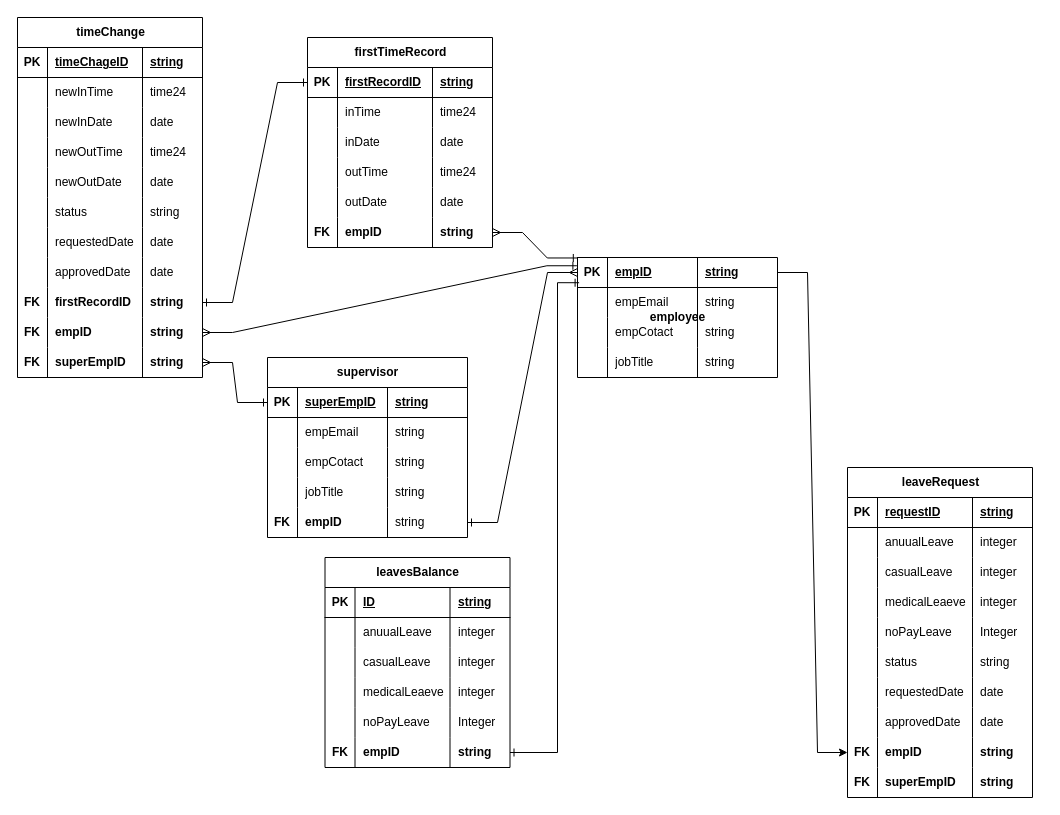
AnjeloM/AnjeloM keeps this draw.io diagram as Untitled Diagram.drawio. Above is the earlier version. Source tidied: cells renumbered, new cells numbered last; positions are measured from the earlier drawing's top-left corner, leaving out a move shared by most shapes. Both pictures are drawn from the tidied source at 100%, with x=0, y=0 at pixel (17, 17).
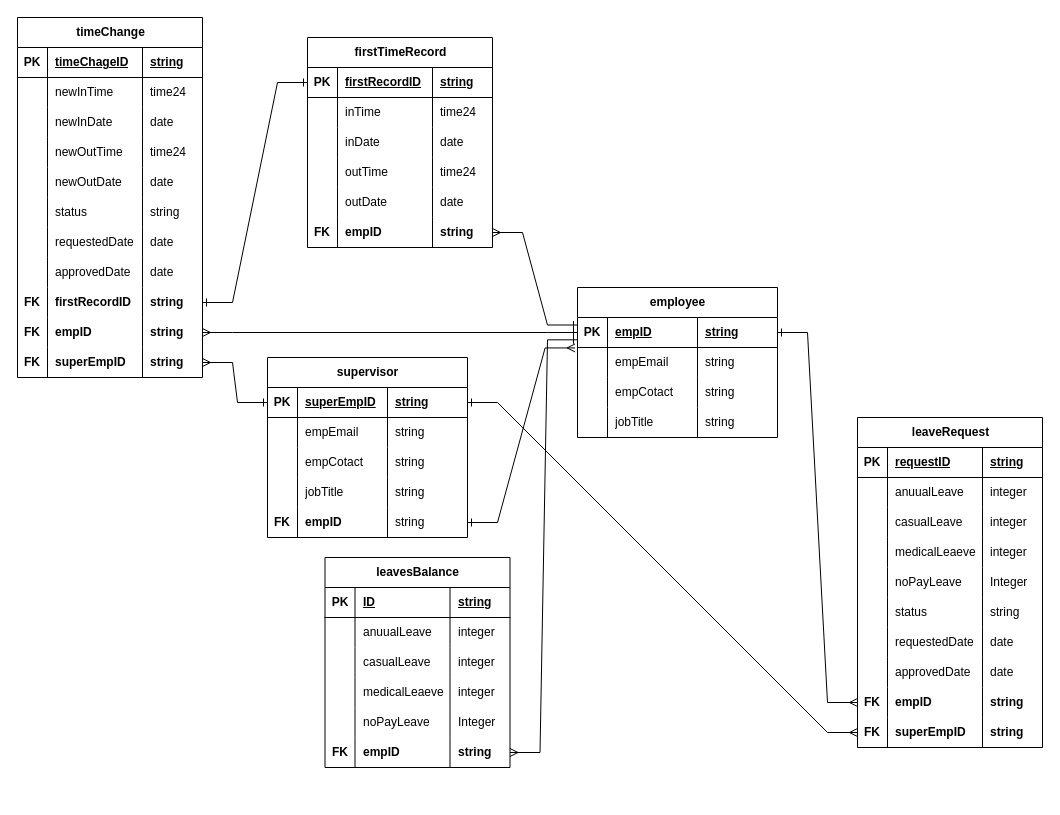
The same diagram, later.

Commit message:
DBS-HCM ER Diagram.drawio

The change refers to these unchanged cells:
```xml
<mxCell id="41" style="shape=tableRow;horizontal=0;startSize=0;swimlaneHead=0;swimlaneBody=0;fillColor=none;points=[[0,0.5],[1,0.5]];portConstraint=eastwest;top=0;left=0;right=0;bottom=0;" parent="20" vertex="1">
  <mxGeometry y="180" width="185" height="30" as="geometry" />
</mxCell>
<mxCell id="83" style="shape=tableRow;horizontal=0;startSize=0;swimlaneHead=0;swimlaneBody=0;fillColor=none;points=[[0,0.5],[1,0.5]];portConstraint=eastwest;top=0;left=0;right=0;bottom=0;" parent="46" vertex="1">
  <mxGeometry y="300" width="185" height="30" as="geometry" />
</mxCell>
<mxCell id="92" style="shape=tableRow;horizontal=0;startSize=0;swimlaneHead=0;swimlaneBody=0;fillColor=none;points=[[0,0.5],[1,0.5]];portConstraint=eastwest;top=0;left=0;right=0;bottom=1;" parent="91" vertex="1">
  <mxGeometry y="30" width="200" height="30" as="geometry" />
</mxCell>
<mxCell id="108" style="shape=tableRow;horizontal=0;startSize=0;swimlaneHead=0;swimlaneBody=0;fillColor=none;points=[[0,0.5],[1,0.5]];portConstraint=eastwest;top=0;left=0;right=0;bottom=0;" parent="91" vertex="1">
  <mxGeometry y="150" width="200" height="30" as="geometry" />
</mxCell>
<mxCell id="136" style="shape=tableRow;horizontal=0;startSize=0;swimlaneHead=0;swimlaneBody=0;fillColor=none;points=[[0,0.5],[1,0.5]];portConstraint=eastwest;top=0;left=0;right=0;bottom=0;" parent="115" vertex="1">
  <mxGeometry y="180" width="185" height="30" as="geometry" />
</mxCell>
<mxCell id="173" style="shape=tableRow;horizontal=0;startSize=0;swimlaneHead=0;swimlaneBody=0;fillColor=none;points=[[0,0.5],[1,0.5]];portConstraint=eastwest;top=0;left=0;right=0;bottom=0;" parent="140" vertex="1">
  <mxGeometry y="270" width="185" height="30" as="geometry" />
</mxCell>
<mxCell id="177" style="shape=tableRow;horizontal=0;startSize=0;swimlaneHead=0;swimlaneBody=0;fillColor=none;points=[[0,0.5],[1,0.5]];portConstraint=eastwest;top=0;left=0;right=0;bottom=0;" parent="140" vertex="1">
  <mxGeometry y="300" width="185" height="30" as="geometry" />
</mxCell>
```

What changed in the source:
```diff
@@
-    <mxCell id="2" value="employee" style="shape=table;startSize=0;childLayout=tableLayout;rowLines=0;fontStyle=1;align=center;html=1;" parent="1" vertex="1">
-      <mxGeometry x="560" y="240" width="200" height="120" as="geometry" />
-    </mxCell>
-    <mxCell id="3" style="shape=tableRow;horizontal=0;startSize=0;swimlaneHead=0;swimlaneBody=0;fillColor=none;points=[[0,0.5],[1,0.5]];portConstraint=eastwest;top=0;left=0;right=0;bottom=1;" parent="2" vertex="1">
-      <mxGeometry width="200" height="30" as="geometry" />
-    </mxCell>
-    <mxCell id="4" value="PK" style="shape=partialRectangle;fillColor=none;top=0;left=0;bottom=0;right=0;fontStyle=1;overflow=hidden;whiteSpace=wrap;html=1;" parent="3" vertex="1">
-      <mxGeometry width="30" height="30" as="geometry" />
-    </mxCell>
-    <mxCell id="5" value="empID" style="shape=partialRectangle;fillColor=none;top=0;left=0;bottom=0;right=0;align=left;spacingLeft=6;fontStyle=5;overflow=hidden;whiteSpace=wrap;html=1;" parent="3" vertex="1">
-      <mxGeometry x="30" width="90" height="30" as="geometry" />
-    </mxCell>
-    <mxCell id="6" value="string" style="shape=partialRectangle;fillColor=none;top=0;left=0;bottom=0;right=0;align=left;spacingLeft=6;fontStyle=5;overflow=hidden;whiteSpace=wrap;html=1;" parent="3" vertex="1">
-      <mxGeometry x="120" width="80" height="30" as="geometry" />
-    </mxCell>
-    <mxCell id="7" style="shape=tableRow;horizontal=0;startSize=0;swimlaneHead=0;swimlaneBody=0;fillColor=none;top=0;left=0;right=0;bottom=0;" parent="2" vertex="1">
-      <mxGeometry y="30" width="200" height="30" as="geometry" />
-    </mxCell>
-    <mxCell id="8" style="shape=partialRectangle;fillColor=none;top=0;left=0;bottom=0;right=0;overflow=hidden;whiteSpace=wrap;html=1;" parent="7" vertex="1">
-      <mxGeometry width="30" height="30" as="geometry" />
-    </mxCell>
-    <mxCell id="9" value="empEmail" style="shape=partialRectangle;fillColor=none;top=0;left=0;bottom=0;right=0;align=left;spacingLeft=6;overflow=hidden;whiteSpace=wrap;html=1;" parent="7" vertex="1">
-      <mxGeometry x="30" width="90" height="30" as="geometry" />
-    </mxCell>
-    <mxCell id="10" value="string" style="shape=partialRectangle;fillColor=none;top=0;left=0;bottom=0;right=0;align=left;spacingLeft=6;overflow=hidden;whiteSpace=wrap;html=1;" parent="7" vertex="1">
-      <mxGeometry x="120" width="80" height="30" as="geometry" />
-    </mxCell>
-    <mxCell id="11" style="shape=tableRow;horizontal=0;startSize=0;swimlaneHead=0;swimlaneBody=0;fillColor=none;top=0;left=0;right=0;bottom=0;" parent="2" vertex="1">
-      <mxGeometry y="60" width="200" height="30" as="geometry" />
-    </mxCell>
-    <mxCell id="12" style="shape=partialRectangle;fillColor=none;top=0;left=0;bottom=0;right=0;overflow=hidden;whiteSpace=wrap;html=1;" parent="11" vertex="1">
-      <mxGeometry width="30" height="30" as="geometry" />
-    </mxCell>
-    <mxCell id="13" value="empCotact" style="shape=partialRectangle;fillColor=none;top=0;left=0;bottom=0;right=0;align=left;spacingLeft=6;overflow=hidden;whiteSpace=wrap;html=1;" parent="11" vertex="1">
-      <mxGeometry x="30" width="90" height="30" as="geometry" />
-    </mxCell>
-    <mxCell id="14" value="string" style="shape=partialRectangle;fillColor=none;top=0;left=0;bottom=0;right=0;align=left;spacingLeft=6;overflow=hidden;whiteSpace=wrap;html=1;" parent="11" vertex="1">
-      <mxGeometry x="120" width="80" height="30" as="geometry" />
-    </mxCell>
-    <mxCell id="15" style="shape=tableRow;horizontal=0;startSize=0;swimlaneHead=0;swimlaneBody=0;fillColor=none;top=0;left=0;right=0;bottom=0;" parent="2" vertex="1">
-      <mxGeometry y="90" width="200" height="30" as="geometry" />
-    </mxCell>
-    <mxCell id="16" style="shape=partialRectangle;fillColor=none;top=0;left=0;bottom=0;right=0;overflow=hidden;whiteSpace=wrap;html=1;" parent="15" vertex="1">
-      <mxGeometry width="30" height="30" as="geometry" />
-    </mxCell>
-    <mxCell id="17" value="jobTitle" style="shape=partialRectangle;fillColor=none;top=0;left=0;bottom=0;right=0;align=left;spacingLeft=6;overflow=hidden;whiteSpace=wrap;html=1;" parent="15" vertex="1">
-      <mxGeometry x="30" width="90" height="30" as="geometry" />
-    </mxCell>
-    <mxCell id="18" value="string" style="shape=partialRectangle;fillColor=none;top=0;left=0;bottom=0;right=0;align=left;spacingLeft=6;overflow=hidden;whiteSpace=wrap;html=1;" parent="15" vertex="1">
-      <mxGeometry x="120" width="80" height="30" as="geometry" />
-    </mxCell>
-    <mxCell id="19" style="edgeStyle=entityRelationEdgeStyle;rounded=0;jettySize=auto;html=1;exitX=0;exitY=0.5;exitDx=0;exitDy=0;elbow=vertical;endArrow=ERone;endFill=0;startArrow=ERmany;startFill=0;entryX=1;entryY=0.5;entryDx=0;entryDy=0;" parent="1" edge="1" source="3" target="108">
+    <mxCell id="19" style="edgeStyle=entityRelationEdgeStyle;rounded=0;jettySize=auto;html=1;exitX=-0.012;exitY=1.015;exitDx=0;exitDy=0;elbow=vertical;endArrow=ERone;endFill=0;startArrow=ERmany;startFill=0;entryX=1;entryY=0.5;entryDx=0;entryDy=0;exitPerimeter=0;" parent="1" edge="1" source="183" target="108">
       <mxGeometry relative="1" as="geometry" />
     </mxCell>
@@
-    <mxCell id="45" style="edgeStyle=entityRelationEdgeStyle;rounded=0;jettySize=auto;html=1;exitX=-0.001;exitY=0.016;exitDx=0;exitDy=0;entryX=1;entryY=0.5;entryDx=0;entryDy=0;startArrow=ERone;startFill=0;endArrow=ERmany;endFill=0;exitPerimeter=0;" parent="1" edge="1" source="3" target="41">
+    <mxCell id="45" style="edgeStyle=entityRelationEdgeStyle;rounded=0;jettySize=auto;html=1;exitX=0;exitY=0.25;exitDx=0;exitDy=0;entryX=1;entryY=0.5;entryDx=0;entryDy=0;startArrow=ERone;startFill=0;endArrow=ERmany;endFill=0;" parent="1" edge="1" source="2" target="41">
       <mxGeometry relative="1" as="geometry" />
     </mxCell>
@@
-    <mxCell id="114" style="edgeStyle=entityRelationEdgeStyle;rounded=0;jettySize=auto;html=1;exitX=-0.003;exitY=0.275;exitDx=0;exitDy=0;entryX=1;entryY=0.5;entryDx=0;entryDy=0;startArrow=ERone;startFill=0;endArrow=ERmany;endFill=0;exitPerimeter=0;" parent="1" edge="1" source="3" target="83">
+    <mxCell id="114" style="edgeStyle=entityRelationEdgeStyle;rounded=0;jettySize=auto;html=1;exitX=0;exitY=0.5;exitDx=0;exitDy=0;entryX=1;entryY=0.5;entryDx=0;entryDy=0;startArrow=ERone;startFill=0;endArrow=ERmany;endFill=0;" parent="1" edge="1" source="183" target="83">
       <mxGeometry relative="1" as="geometry" />
     </mxCell>
@@
     <mxCell id="140" value="leaveRequest" style="shape=table;startSize=30;childLayout=tableLayout;rowLines=0;fontStyle=1;align=center;html=1;" parent="1" vertex="1">
-      <mxGeometry x="830" y="450" width="185" height="330" as="geometry" />
+      <mxGeometry x="840" y="400" width="185" height="330" as="geometry" />
     </mxCell>
@@
-    <mxCell id="181" style="edgeStyle=entityRelationEdgeStyle;rounded=0;jettySize=auto;html=1;exitX=1;exitY=0.5;exitDx=0;exitDy=0;entryX=0;entryY=0.5;entryDx=0;entryDy=0;" parent="1" edge="1" source="3" target="173">
+    <mxCell id="181" style="edgeStyle=entityRelationEdgeStyle;rounded=0;jettySize=auto;html=1;exitX=1;exitY=0.5;exitDx=0;exitDy=0;entryX=0;entryY=0.5;entryDx=0;entryDy=0;startArrow=ERone;startFill=0;endArrow=ERmany;endFill=0;" parent="1" edge="1" source="183" target="173">
       <mxGeometry relative="1" as="geometry" />
     </mxCell>
-    <mxCell id="182" style="edgeStyle=orthogonalEdgeStyle;rounded=0;jettySize=auto;html=1;exitX=1;exitY=0.5;exitDx=0;exitDy=0;entryX=0.008;entryY=0.841;entryDx=0;entryDy=0;entryPerimeter=0;endArrow=ERone;endFill=0;startArrow=ERone;startFill=0;" parent="1" edge="1" source="136" target="3">
-      <mxGeometry relative="1" as="geometry">
-        <Array as="points">
-          <mxPoint x="540" y="735" />
-          <mxPoint x="540" y="265" />
-        </Array>
-      </mxGeometry>
-    </mxCell>
+    <mxCell id="2" value="employee" style="shape=table;startSize=30;childLayout=tableLayout;rowLines=0;fontStyle=1;align=center;html=1;" parent="1" vertex="1">
+      <mxGeometry x="560" y="270" width="200" height="150" as="geometry" />
+    </mxCell>
+    <mxCell id="183" style="shape=tableRow;horizontal=0;startSize=0;swimlaneHead=0;swimlaneBody=0;fillColor=none;points=[[0,0.5],[1,0.5]];portConstraint=eastwest;top=0;left=0;right=0;bottom=1;" parent="2" vertex="1">
+      <mxGeometry y="30" width="200" height="30" as="geometry" />
+    </mxCell>
+    <mxCell id="4" value="PK" style="shape=partialRectangle;fillColor=none;top=0;left=0;bottom=0;right=0;fontStyle=1;overflow=hidden;whiteSpace=wrap;html=1;" parent="183" vertex="1">
+      <mxGeometry width="30" height="30" as="geometry" />
+    </mxCell>
+    <mxCell id="5" value="empID" style="shape=partialRectangle;fillColor=none;top=0;left=0;bottom=0;right=0;align=left;spacingLeft=6;fontStyle=5;overflow=hidden;whiteSpace=wrap;html=1;" parent="183" vertex="1">
+      <mxGeometry x="30" width="90" height="30" as="geometry" />
+    </mxCell>
+    <mxCell id="6" value="string" style="shape=partialRectangle;fillColor=none;top=0;left=0;bottom=0;right=0;align=left;spacingLeft=6;fontStyle=5;overflow=hidden;whiteSpace=wrap;html=1;" parent="183" vertex="1">
+      <mxGeometry x="120" width="80" height="30" as="geometry" />
+    </mxCell>
+    <mxCell id="11" style="shape=tableRow;horizontal=0;startSize=0;swimlaneHead=0;swimlaneBody=0;fillColor=none;top=0;left=0;right=0;bottom=0;" parent="2" vertex="1">
+      <mxGeometry y="60" width="200" height="30" as="geometry" />
+    </mxCell>
+    <mxCell id="184" style="shape=partialRectangle;fillColor=none;top=0;left=0;bottom=0;right=0;overflow=hidden;whiteSpace=wrap;html=1;" parent="11" vertex="1">
+      <mxGeometry width="30" height="30" as="geometry" />
+    </mxCell>
+    <mxCell id="9" value="empEmail" style="shape=partialRectangle;fillColor=none;top=0;left=0;bottom=0;right=0;align=left;spacingLeft=6;overflow=hidden;whiteSpace=wrap;html=1;" parent="11" vertex="1">
+      <mxGeometry x="30" width="90" height="30" as="geometry" />
+    </mxCell>
+    <mxCell id="185" value="string" style="shape=partialRectangle;fillColor=none;top=0;left=0;bottom=0;right=0;align=left;spacingLeft=6;overflow=hidden;whiteSpace=wrap;html=1;" parent="11" vertex="1">
+      <mxGeometry x="120" width="80" height="30" as="geometry" />
+    </mxCell>
+    <mxCell id="15" style="shape=tableRow;horizontal=0;startSize=0;swimlaneHead=0;swimlaneBody=0;fillColor=none;top=0;left=0;right=0;bottom=0;" parent="2" vertex="1">
+      <mxGeometry y="90" width="200" height="30" as="geometry" />
+    </mxCell>
+    <mxCell id="186" style="shape=partialRectangle;fillColor=none;top=0;left=0;bottom=0;right=0;overflow=hidden;whiteSpace=wrap;html=1;" parent="15" vertex="1">
+      <mxGeometry width="30" height="30" as="geometry" />
+    </mxCell>
+    <mxCell id="13" value="empCotact" style="shape=partialRectangle;fillColor=none;top=0;left=0;bottom=0;right=0;align=left;spacingLeft=6;overflow=hidden;whiteSpace=wrap;html=1;" parent="15" vertex="1">
+      <mxGeometry x="30" width="90" height="30" as="geometry" />
+    </mxCell>
+    <mxCell id="187" value="string" style="shape=partialRectangle;fillColor=none;top=0;left=0;bottom=0;right=0;align=left;spacingLeft=6;overflow=hidden;whiteSpace=wrap;html=1;" parent="15" vertex="1">
+      <mxGeometry x="120" width="80" height="30" as="geometry" />
+    </mxCell>
+    <mxCell id="188" style="shape=tableRow;horizontal=0;startSize=0;swimlaneHead=0;swimlaneBody=0;fillColor=none;top=0;left=0;right=0;bottom=0;" parent="2" vertex="1">
+      <mxGeometry y="120" width="200" height="30" as="geometry" />
+    </mxCell>
+    <mxCell id="189" style="shape=partialRectangle;fillColor=none;top=0;left=0;bottom=0;right=0;overflow=hidden;whiteSpace=wrap;html=1;" parent="188" vertex="1">
+      <mxGeometry width="30" height="30" as="geometry" />
+    </mxCell>
+    <mxCell id="17" value="jobTitle" style="shape=partialRectangle;fillColor=none;top=0;left=0;bottom=0;right=0;align=left;spacingLeft=6;overflow=hidden;whiteSpace=wrap;html=1;" parent="188" vertex="1">
+      <mxGeometry x="30" width="90" height="30" as="geometry" />
+    </mxCell>
+    <mxCell id="190" value="string" style="shape=partialRectangle;fillColor=none;top=0;left=0;bottom=0;right=0;align=left;spacingLeft=6;overflow=hidden;whiteSpace=wrap;html=1;" parent="188" vertex="1">
+      <mxGeometry x="120" width="80" height="30" as="geometry" />
+    </mxCell>
+    <mxCell id="191" style="edgeStyle=entityRelationEdgeStyle;rounded=0;jettySize=auto;html=1;exitX=1;exitY=0.5;exitDx=0;exitDy=0;entryX=0;entryY=0.744;entryDx=0;entryDy=0;entryPerimeter=0;startArrow=ERmany;startFill=0;endArrow=ERone;endFill=0;" parent="1" edge="1" source="136" target="183">
+      <mxGeometry relative="1" as="geometry" />
+    </mxCell>
+    <mxCell id="192" style="edgeStyle=entityRelationEdgeStyle;rounded=0;jettySize=auto;html=1;startArrow=ERmany;startFill=0;endArrow=ERone;endFill=0;" parent="1" edge="1" source="177" target="92">
+      <mxGeometry relative="1" as="geometry" />
+    </mxCell>
```
